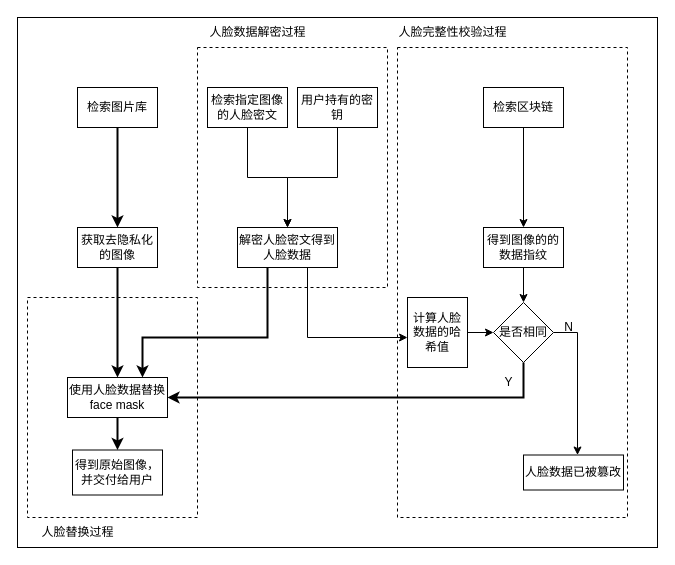
Earlier version of the draw.io diagram page "反向过程" (2 of 5) of face-chain/facechain.drawio (FadingLight9291117/draw.io). Source tidied: cells renumbered, new cells numbered last; positions are measured from the earlier drawing's top-left corner, leaving out a move shared by most shapes. Both pictures are drawn from the tidied source at 100%, with x=0, y=0 at pixel (17, 17).
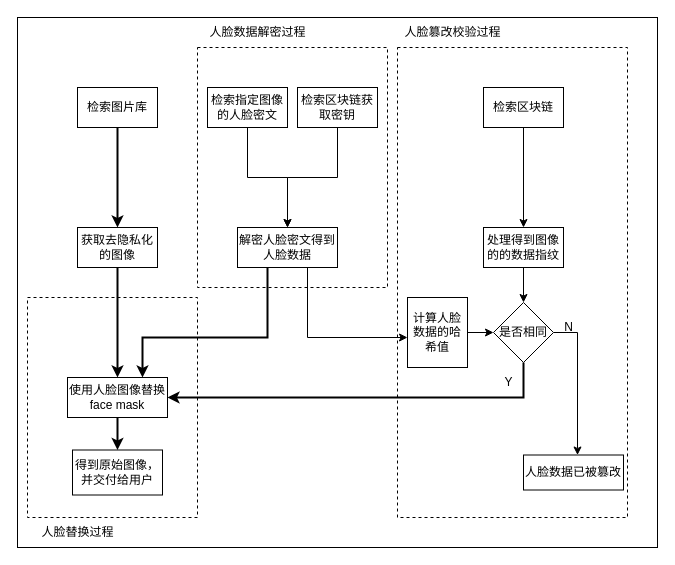
The same diagram, later.

Change to the diagram source:
```diff
@@
-    <mxCell id="13" value="用户持有的密钥" style="whiteSpace=wrap;html=1;rounded=0;fillColor=default;" parent="1" vertex="1">
+    <mxCell id="13" value="检索区块链获取密钥" style="whiteSpace=wrap;html=1;rounded=0;fillColor=default;" parent="1" vertex="1">
       <mxGeometry x="280" y="70" width="80" height="40" as="geometry" />
     </mxCell>
@@
-    <mxCell id="18" value="使用人脸数据替换face mask" style="rounded=0;whiteSpace=wrap;html=1;fillColor=default;" parent="1" vertex="1">
+    <mxCell id="18" value="使用人脸图像替换face mask" style="rounded=0;whiteSpace=wrap;html=1;fillColor=default;" parent="1" vertex="1">
       <mxGeometry x="50" y="360" width="100" height="40" as="geometry" />
     </mxCell>
@@
-    <mxCell id="25" value="得到图像的的数据指纹" style="rounded=0;whiteSpace=wrap;html=1;fillColor=default;" parent="1" vertex="1">
+    <mxCell id="25" value="处理得到图像的的数据指纹" style="rounded=0;whiteSpace=wrap;html=1;fillColor=default;" parent="1" vertex="1">
       <mxGeometry x="466" y="210" width="80" height="40" as="geometry" />
     </mxCell>
@@
-    <mxCell id="34" value="人脸完整性校验过程" style="text;html=1;align=center;verticalAlign=middle;strokeColor=none;fillColor=none;horizontal=1;" parent="1" vertex="1">
-      <mxGeometry x="370" width="130" height="30" as="geometry" />
+    <mxCell id="34" value="人脸篡改校验过程" style="text;html=1;align=center;verticalAlign=middle;strokeColor=none;fillColor=none;horizontal=1;" parent="1" vertex="1">
+      <mxGeometry x="375" width="120" height="30" as="geometry" />
     </mxCell>
```
